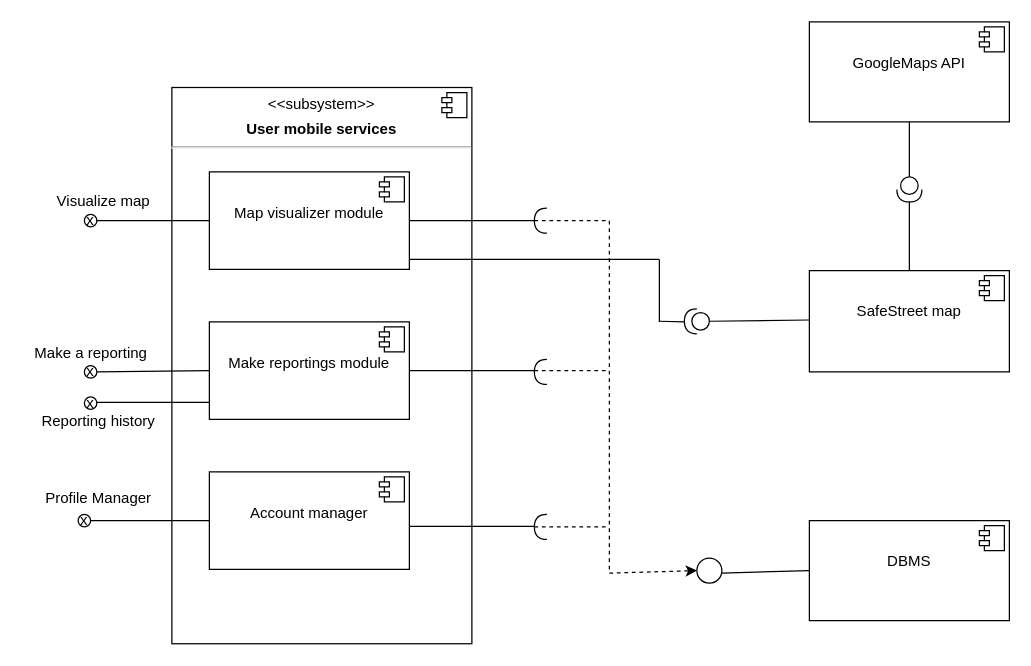
The draw.io diagram page "Page-1" (1 of 2) of DD diagrams/drawio files/componentDiagrams(section2.3).drawio in AmeCarr/CarrioliCeruti, before the edit. Source tidied: cells renumbered, new cells numbered last; positions are measured from the earlier drawing's top-left corner, leaving out a move shared by most shapes. Both pictures are drawn from the tidied source at 125%, with x=0, y=0 at pixel (21, 21).
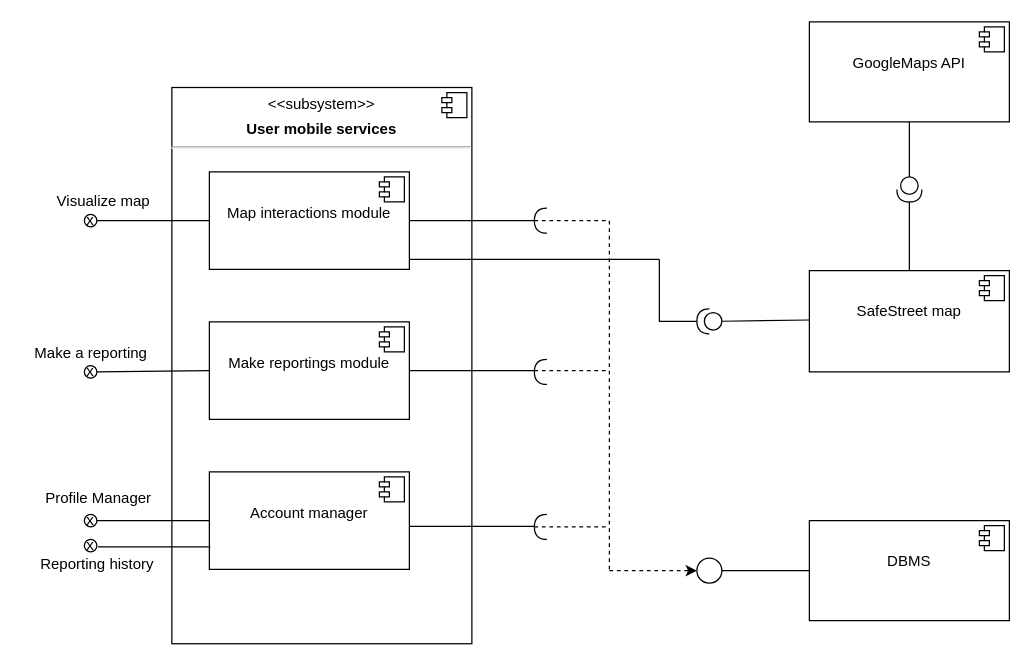
Above is the later version.

The change refers to these unchanged cells:
```xml
<mxCell id="2" value="&lt;p style=&quot;margin: 0px ; margin-top: 6px ; text-align: center&quot;&gt;&amp;lt;&amp;lt;subsystem&amp;gt;&amp;gt;&lt;/p&gt;&lt;p style=&quot;margin: 0px ; margin-top: 6px ; text-align: center&quot;&gt;&lt;b&gt;User mobile services&lt;/b&gt;&lt;/p&gt;&lt;hr&gt;&lt;p style=&quot;margin: 0px ; margin-left: 8px&quot;&gt;&lt;br&gt;&lt;/p&gt;" style="align=left;overflow=fill;html=1;" parent="1" vertex="1">
  <mxGeometry x="120" y="52.5" width="240" height="445" as="geometry" />
</mxCell>
<mxCell id="6" value="&lt;p style=&quot;margin: 6px 0px 0px&quot;&gt;&lt;br&gt;&lt;/p&gt;&lt;p style=&quot;margin: 6px 0px 0px&quot;&gt;Make reportings module&lt;/p&gt;" style="align=center;overflow=fill;html=1;" parent="2" vertex="1">
  <mxGeometry x="30" y="187.5" width="160" height="78" as="geometry" />
</mxCell>
<mxCell id="16" value="&lt;p style=&quot;margin: 6px 0px 0px&quot;&gt;&lt;br&gt;&lt;/p&gt;&lt;p style=&quot;margin: 6px 0px 0px&quot;&gt;DBMS&lt;/p&gt;" style="align=center;overflow=fill;html=1;" parent="1" vertex="1">
  <mxGeometry x="630" y="399" width="160" height="80" as="geometry" />
</mxCell>
<mxCell id="34" style="ellipse;whiteSpace=wrap;html=1;" parent="1" vertex="1">
  <mxGeometry x="540" y="429" width="20" height="20" as="geometry" />
</mxCell>
```

Change to the diagram source:
```diff
@@
-    <mxCell id="8" value="&lt;p style=&quot;margin: 6px 0px 0px&quot;&gt;&lt;br&gt;&lt;/p&gt;&lt;p style=&quot;margin: 6px 0px 0px&quot;&gt;&lt;span&gt;Map visualizer module&lt;/span&gt;&lt;br&gt;&lt;/p&gt;&lt;p style=&quot;margin: 6px 0px 0px&quot;&gt;&lt;br&gt;&lt;/p&gt;" style="align=center;overflow=fill;html=1;" parent="2" vertex="1">
+    <mxCell id="8" value="&lt;p style=&quot;margin: 6px 0px 0px&quot;&gt;&lt;br&gt;&lt;/p&gt;&lt;p style=&quot;margin: 6px 0px 0px&quot;&gt;&lt;span&gt;Map interactions module&lt;/span&gt;&lt;br&gt;&lt;/p&gt;&lt;p style=&quot;margin: 6px 0px 0px&quot;&gt;&lt;br&gt;&lt;/p&gt;" style="align=center;overflow=fill;html=1;" parent="2" vertex="1">
       <mxGeometry x="30" y="67.5" width="160" height="78" as="geometry" />
     </mxCell>
@@
     <mxCell id="18" value="x" style="ellipse;whiteSpace=wrap;html=1;" parent="1" vertex="1">
-      <mxGeometry x="45" y="394" width="10" height="10" as="geometry" />
+      <mxGeometry x="50" y="394" width="10" height="10" as="geometry" />
     </mxCell>
@@
-    <mxCell id="27" value="x" style="ellipse;whiteSpace=wrap;html=1;" parent="1" vertex="1">
-      <mxGeometry x="50" y="300" width="10" height="10" as="geometry" />
-    </mxCell>
-    <mxCell id="28" style="endArrow=none;html=1;entryX=-0.001;entryY=0.826;entryDx=0;entryDy=0;exitX=0.987;exitY=0.449;exitDx=0;exitDy=0;entryPerimeter=0;exitPerimeter=0;" parent="1" edge="1" source="27" target="6">
-      <mxGeometry relative="1" as="geometry" />
-    </mxCell>
     <mxCell id="29" value="Reporting history" style="text;html=1;align=center;verticalAlign=middle;" parent="1" vertex="1">
-      <mxGeometry x="6" y="310" width="110" height="20" as="geometry" />
+      <mxGeometry x="5" y="424" width="110" height="20" as="geometry" />
     </mxCell>
@@
     <mxCell id="35" style="endArrow=none;html=1;entryX=0;entryY=0.5;entryDx=0;entryDy=0;" parent="1" edge="1" target="16">
       <mxGeometry relative="1" as="geometry">
-        <mxPoint x="560" y="441" as="sourcePoint" />
+        <mxPoint x="560" y="439" as="sourcePoint" />
       </mxGeometry>
     </mxCell>
@@
     <mxCell id="46" style="endArrow=classic;html=1;strokeColor=#000000;entryX=0;entryY=0.5;entryDx=0;entryDy=0;dashed=1;" parent="1" edge="1" target="34">
       <mxGeometry relative="1" as="geometry">
-        <mxPoint x="470" y="441" as="sourcePoint" />
+        <mxPoint x="470" y="439" as="sourcePoint" />
       </mxGeometry>
     </mxCell>
@@
-    <mxCell id="48" style="endArrow=none;html=1;strokeColor=#000000;" parent="1" edge="1">
+    <mxCell id="48" style="endArrow=none;html=1;strokeColor=#000000;entryX=1;entryY=0.5;entryDx=0;entryDy=0;entryPerimeter=0;" parent="1" edge="1" target="49">
       <mxGeometry relative="1" as="geometry">
         <mxPoint x="510" y="239.5" as="sourcePoint" />
-        <mxPoint x="530" y="240" as="targetPoint" />
       </mxGeometry>
     </mxCell>
     <mxCell id="49" style="shape=providedRequiredInterface;html=1;verticalLabelPosition=bottom;direction=west;" parent="1" vertex="1">
-      <mxGeometry x="530" y="229.5" width="20" height="20" as="geometry" />
+      <mxGeometry x="540" y="229.5" width="20" height="20" as="geometry" />
     </mxCell>
+    <mxCell id="50" style="endArrow=none;html=1;entryX=-0.001;entryY=0.826;entryDx=0;entryDy=0;exitX=0.987;exitY=0.449;exitDx=0;exitDy=0;entryPerimeter=0;exitPerimeter=0;" parent="1" edge="1">
+      <mxGeometry relative="1" as="geometry">
+        <mxPoint x="60.9" y="420" as="sourcePoint" />
+        <mxPoint x="150.8" y="419.9" as="targetPoint" />
+      </mxGeometry>
+    </mxCell>
+    <mxCell id="27" value="x" style="ellipse;whiteSpace=wrap;html=1;" parent="1" vertex="1">
+      <mxGeometry x="50" y="414" width="10" height="10" as="geometry" />
+    </mxCell>
```
